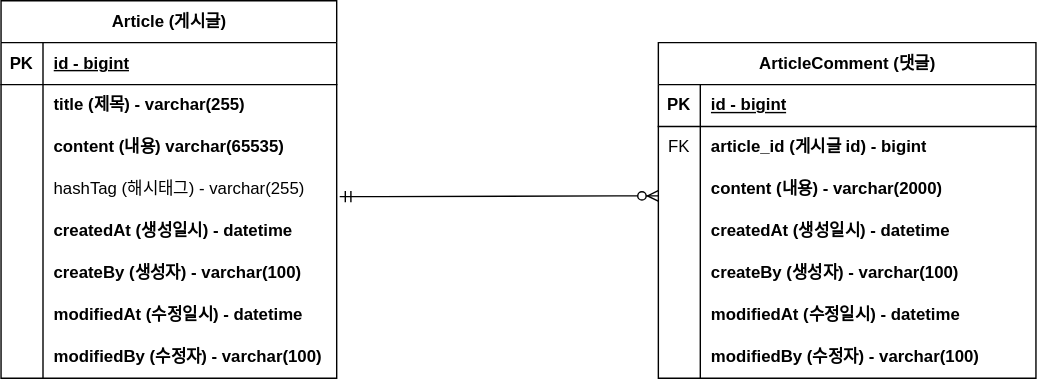
mapzine123/board-project keeps this draw.io diagram as document/board-project-erd.svg. Above is the earlier version. Source tidied: cells renumbered, new cells last; positions are measured from the earlier drawing's top-left corner, leaving out a move shared by most shapes.
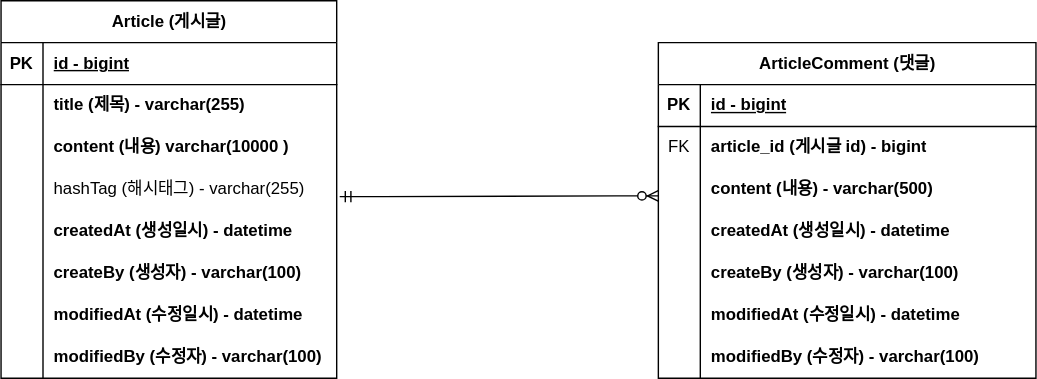
After the commit.

Commit message:
#8 - erd 업데이트: content 사이즈 변경

What changed in the source:
```diff
@@ -29,7 +29,7 @@
     <mxCell id="10" style="shape=partialRectangle;fillColor=none;top=0;left=0;bottom=0;right=0;overflow=hidden;whiteSpace=wrap;html=1;" parent="9" vertex="1">
       <mxGeometry width="30" height="30" as="geometry" />
     </mxCell>
-    <mxCell id="11" value="content (내용) varchar(65535)" style="shape=partialRectangle;fillColor=none;top=0;left=0;bottom=0;right=0;align=left;spacingLeft=6;overflow=hidden;whiteSpace=wrap;html=1;fontStyle=1;" parent="9" vertex="1">
+    <mxCell id="11" value="content (내용) varchar(10000 )" style="shape=partialRectangle;fillColor=none;top=0;left=0;bottom=0;right=0;align=left;spacingLeft=6;overflow=hidden;whiteSpace=wrap;html=1;fontStyle=1;" parent="9" vertex="1">
       <mxGeometry x="30" width="210" height="30" as="geometry" />
     </mxCell>
     <mxCell id="12" style="shape=tableRow;horizontal=0;startSize=0;swimlaneHead=0;swimlaneBody=0;fillColor=none;points=[[0,0.5],[1,0.5]];portConstraint=eastwest;top=0;left=0;right=0;bottom=0;" parent="2" vertex="1">
@@ -104,7 +104,7 @@
     <mxCell id="35" style="shape=partialRectangle;fillColor=none;top=0;left=0;bottom=0;right=0;overflow=hidden;whiteSpace=wrap;html=1;" parent="34" vertex="1">
       <mxGeometry width="30" height="30" as="geometry" />
     </mxCell>
-    <mxCell id="36" value="content (내용) - varchar(2000)" style="shape=partialRectangle;fillColor=none;top=0;left=0;bottom=0;right=0;align=left;spacingLeft=6;overflow=hidden;whiteSpace=wrap;html=1;fontStyle=1;" parent="34" vertex="1">
+    <mxCell id="36" value="content (내용) - varchar(500)" style="shape=partialRectangle;fillColor=none;top=0;left=0;bottom=0;right=0;align=left;spacingLeft=6;overflow=hidden;whiteSpace=wrap;html=1;fontStyle=1;" parent="34" vertex="1">
       <mxGeometry x="30" width="240" height="30" as="geometry" />
     </mxCell>
     <mxCell id="37" style="shape=tableRow;horizontal=0;startSize=0;swimlaneHead=0;swimlaneBody=0;fillColor=none;top=0;left=0;right=0;bottom=0;" parent="27" vertex="1">
```
